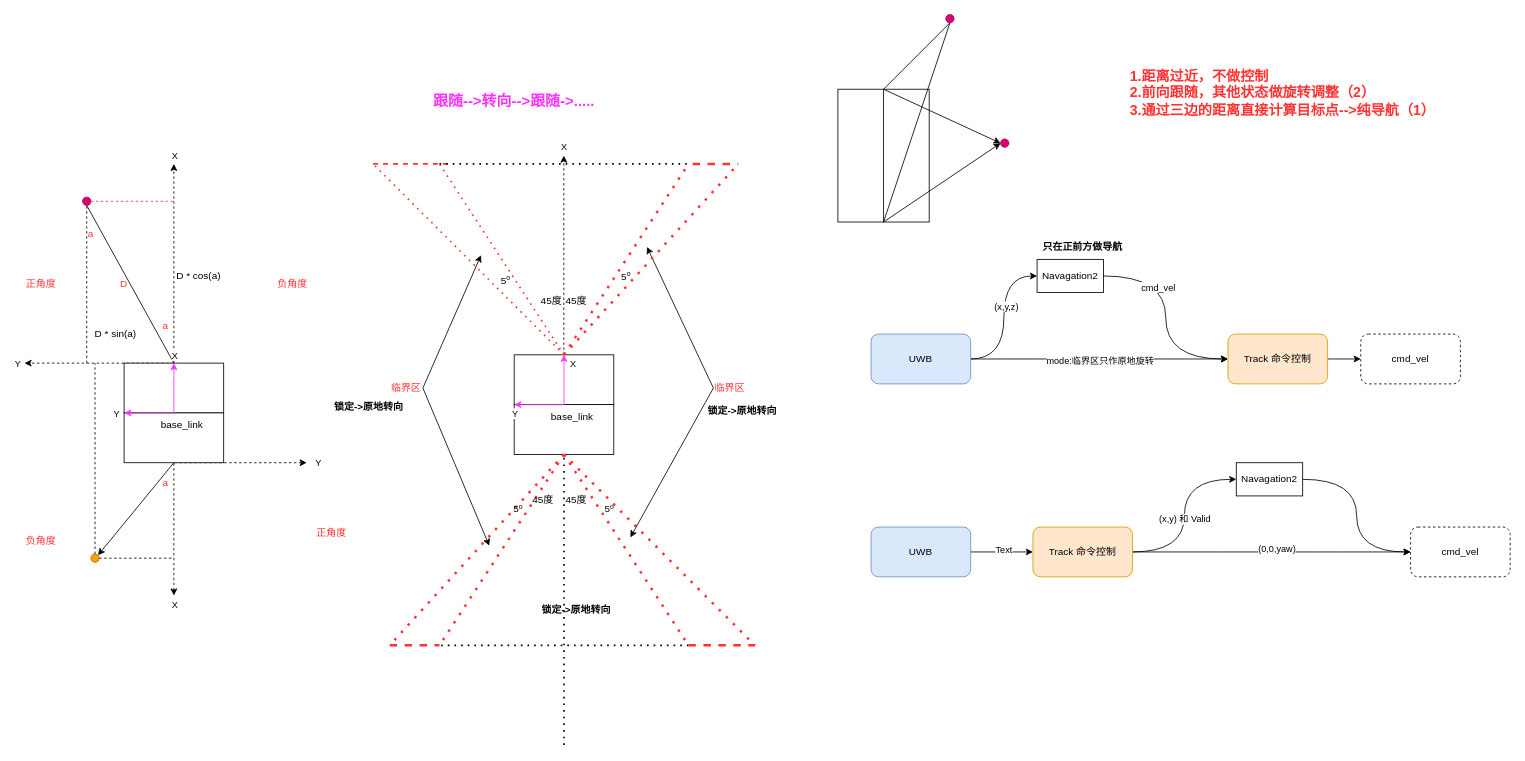
The draw.io diagram WorkSpace/ObjectTrack/UWB.drawio in mailonghua/drawio, before the edit. Source tidied: cells renumbered, new cells numbered last; positions are measured from the earlier drawing's top-left corner, leaving out a move shared by most shapes. Both pictures are drawn from the tidied source at 83%, with x=0, y=0 at pixel (16, 14).
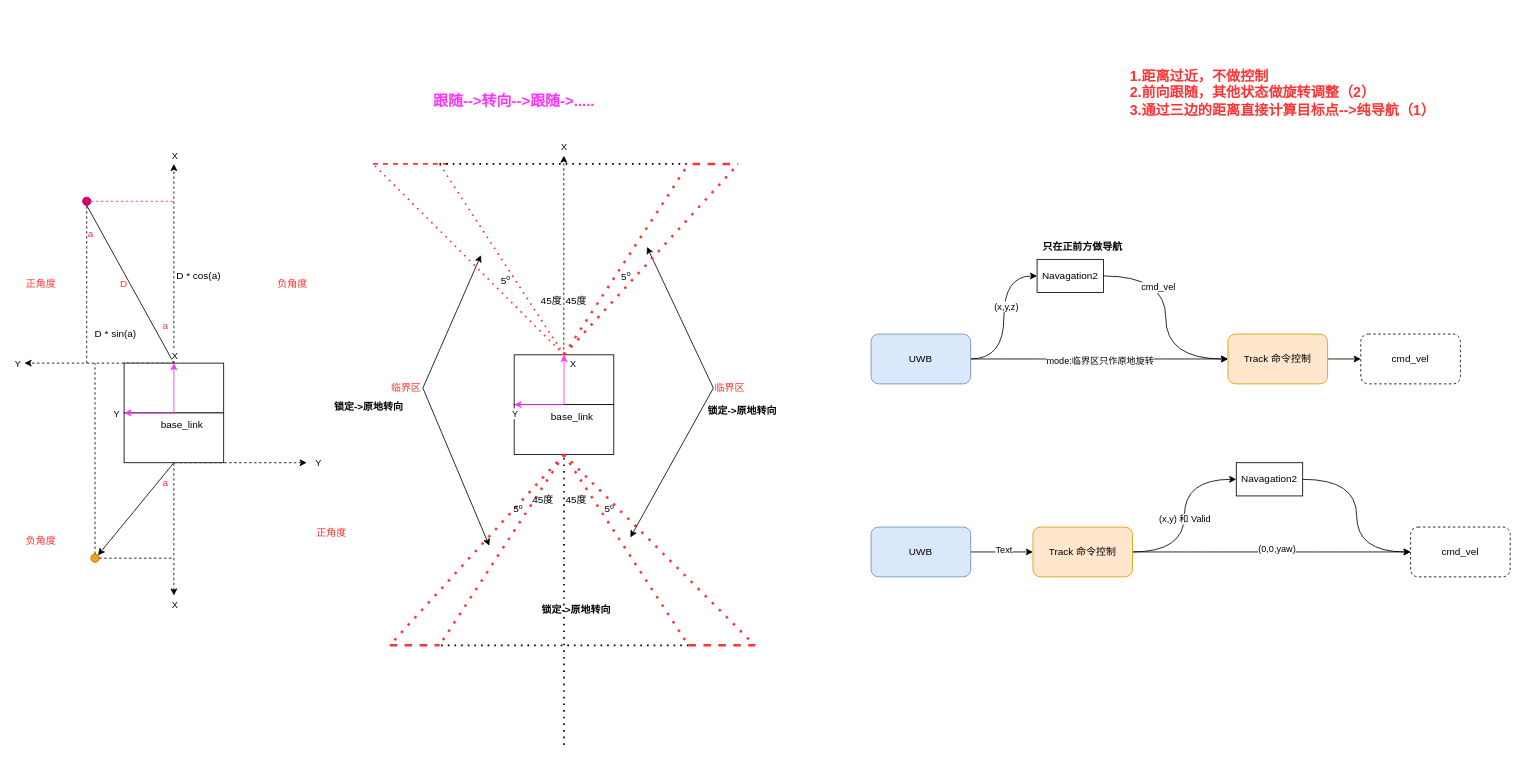
The same page after the edit.

What changed in the source:
```diff
@@
-    <mxCell id="109" style="edgeStyle=none;rounded=0;jettySize=auto;html=1;exitX=0.5;exitY=0;exitDx=0;exitDy=0;entryX=0.5;entryY=1;entryDx=0;entryDy=0;endArrow=none;endFill=0;" parent="1" edge="1" source="110" target="111">
-      <mxGeometry relative="1" as="geometry" />
-    </mxCell>
-    <mxCell id="110" style="rounded=0;whiteSpace=wrap;html=1;" parent="1" vertex="1">
-      <mxGeometry x="990" y="90" width="110" height="160" as="geometry" />
-    </mxCell>
-    <mxCell id="111" style="ellipse;whiteSpace=wrap;html=1;fillColor=#d80073;strokeColor=#A50040;fontColor=#ffffff;" parent="1" vertex="1">
-      <mxGeometry x="1120" width="10" height="10" as="geometry" />
-    </mxCell>
-    <mxCell id="112" style="edgeStyle=none;rounded=0;jettySize=auto;html=1;exitX=0.5;exitY=1;exitDx=0;exitDy=0;entryX=0.5;entryY=1;entryDx=0;entryDy=0;endArrow=none;endFill=0;" parent="1" edge="1" source="110" target="111">
-      <mxGeometry relative="1" as="geometry" />
-    </mxCell>
-    <mxCell id="113" style="edgeStyle=none;rounded=0;orthogonalLoop=1;jettySize=auto;html=1;exitX=0.5;exitY=0;exitDx=0;exitDy=0;entryX=0.5;entryY=1;entryDx=0;entryDy=0;endArrow=none;endFill=0;" parent="1" edge="1" source="110" target="110">
-      <mxGeometry relative="1" as="geometry" />
-    </mxCell>
-    <mxCell id="114" style="ellipse;whiteSpace=wrap;html=1;fillColor=#d80073;strokeColor=#A50040;fontColor=#ffffff;" parent="1" vertex="1">
-      <mxGeometry x="1186" y="150" width="10" height="10" as="geometry" />
-    </mxCell>
-    <mxCell id="115" style="edgeStyle=none;rounded=0;jettySize=auto;html=1;exitX=0.5;exitY=0;exitDx=0;exitDy=0;entryX=0;entryY=0.5;entryDx=0;entryDy=0;" parent="1" edge="1" source="110" target="114">
-      <mxGeometry relative="1" as="geometry" />
-    </mxCell>
-    <mxCell id="116" style="edgeStyle=none;rounded=0;jettySize=auto;html=1;exitX=0.5;exitY=1;exitDx=0;exitDy=0;entryX=0;entryY=0.5;entryDx=0;entryDy=0;" parent="1" edge="1" source="110" target="114">
-      <mxGeometry relative="1" as="geometry" />
-    </mxCell>
```
